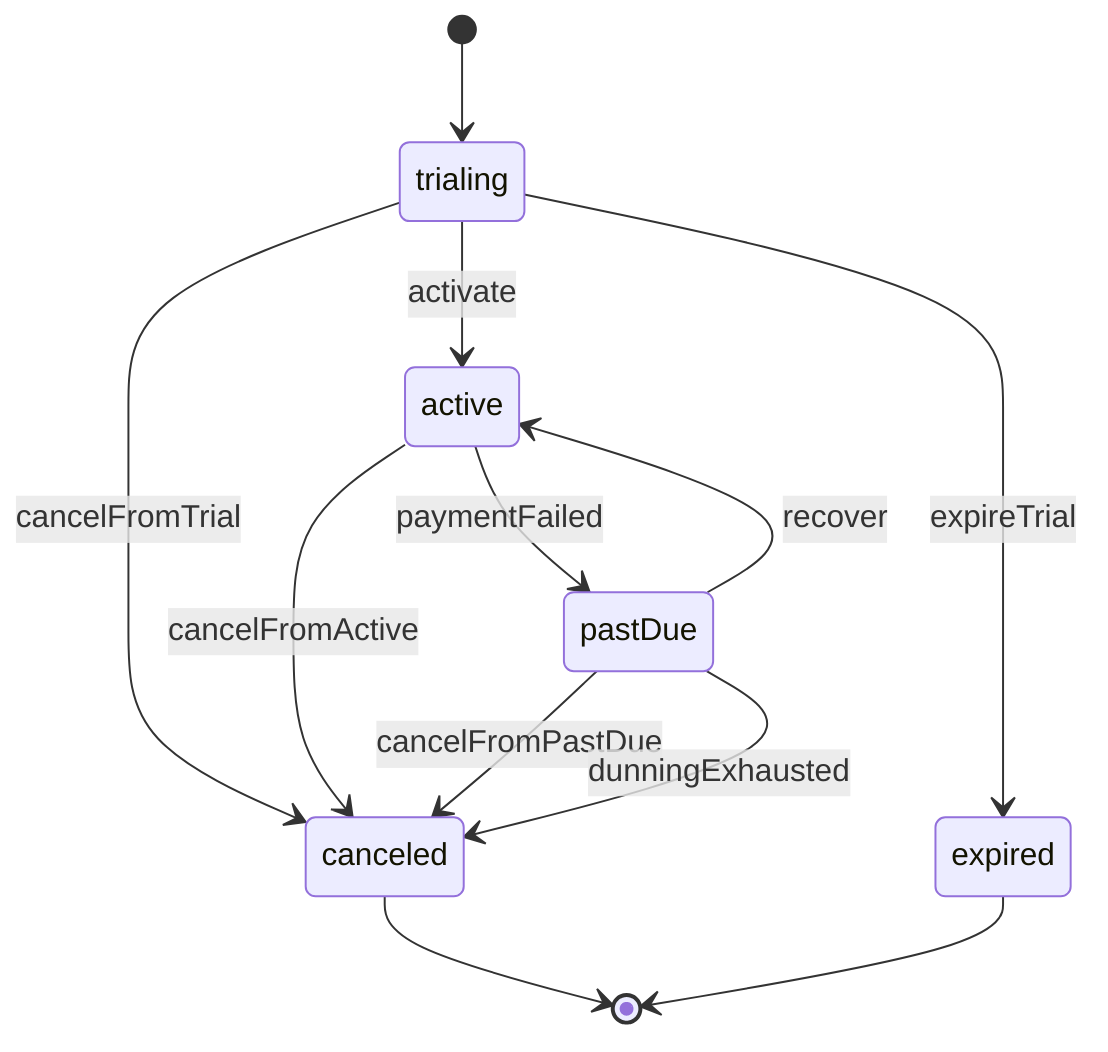
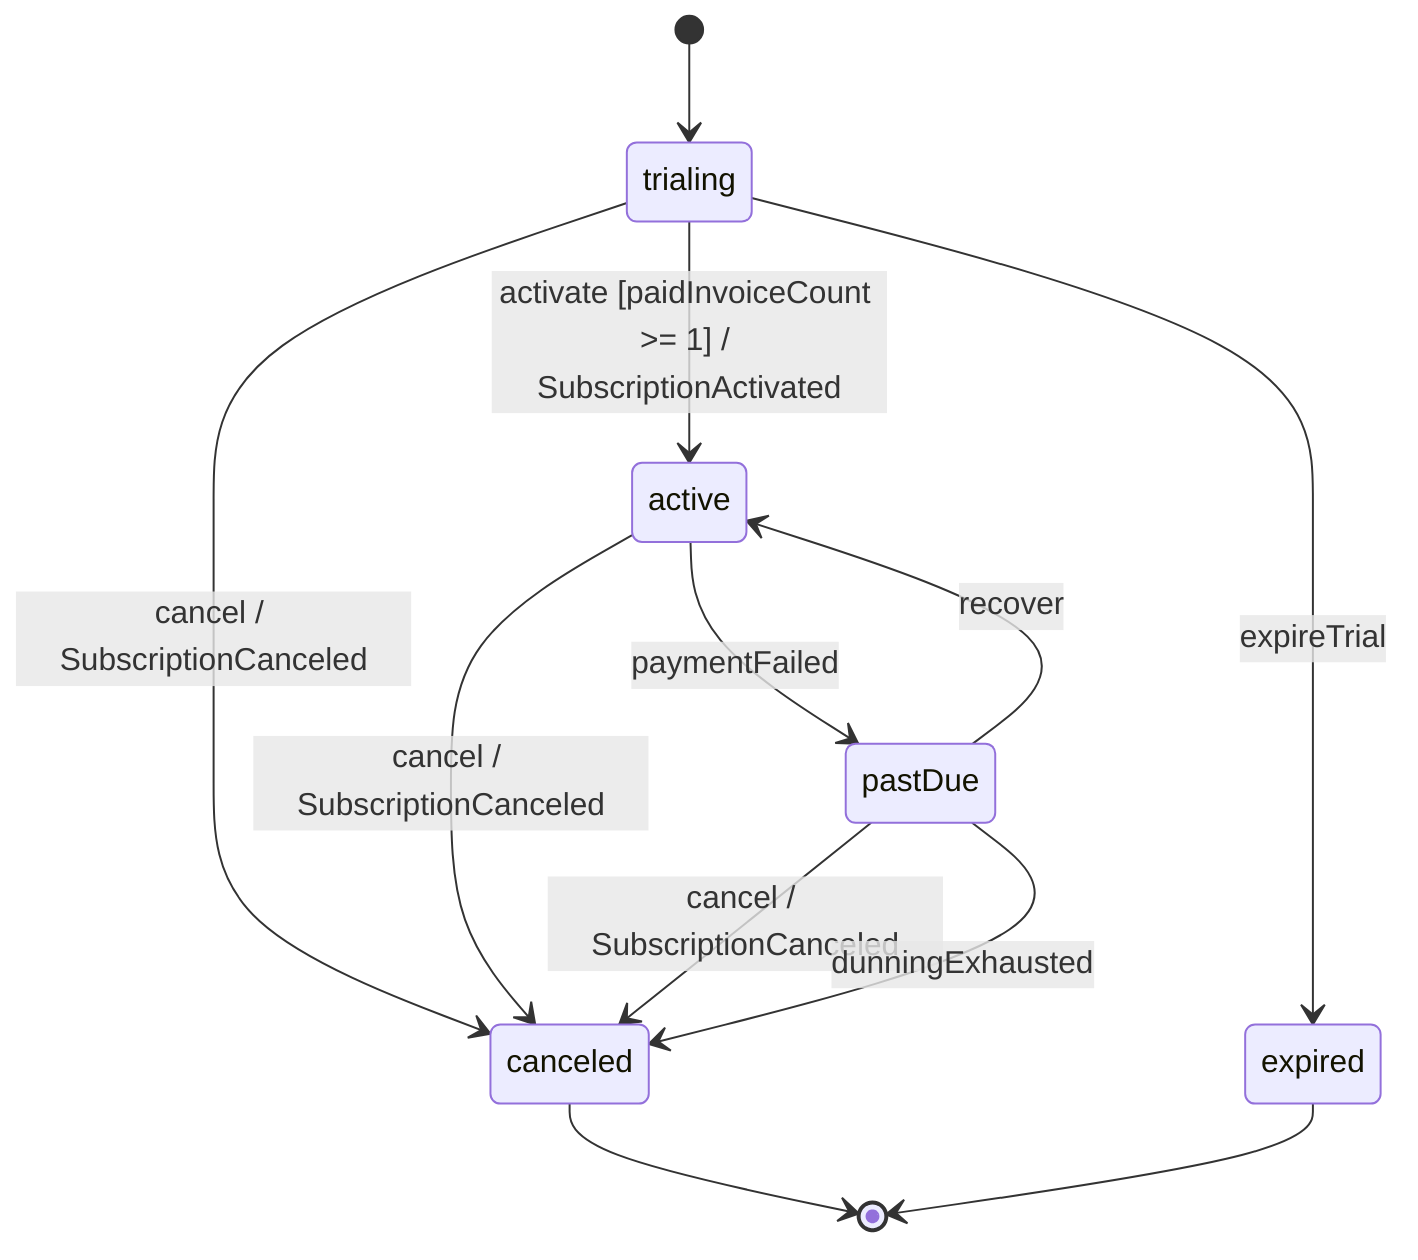
%% generated by lattice; do not edit
stateDiagram-v2
  [*] --> trialing
-   trialing --> active: activate
+   trialing --> active: activate [paidInvoiceCount >= 1] / SubscriptionActivated
  trialing --> expired: expireTrial
  active --> pastDue: paymentFailed
  pastDue --> active: recover
-   trialing --> canceled: cancelFromTrial
-   active --> canceled: cancelFromActive
-   pastDue --> canceled: cancelFromPastDue
+   trialing --> canceled: cancel / SubscriptionCanceled
+   active --> canceled: cancel / SubscriptionCanceled
+   pastDue --> canceled: cancel / SubscriptionCanceled
  pastDue --> canceled: dunningExhausted
  canceled --> [*]
  expired --> [*]
